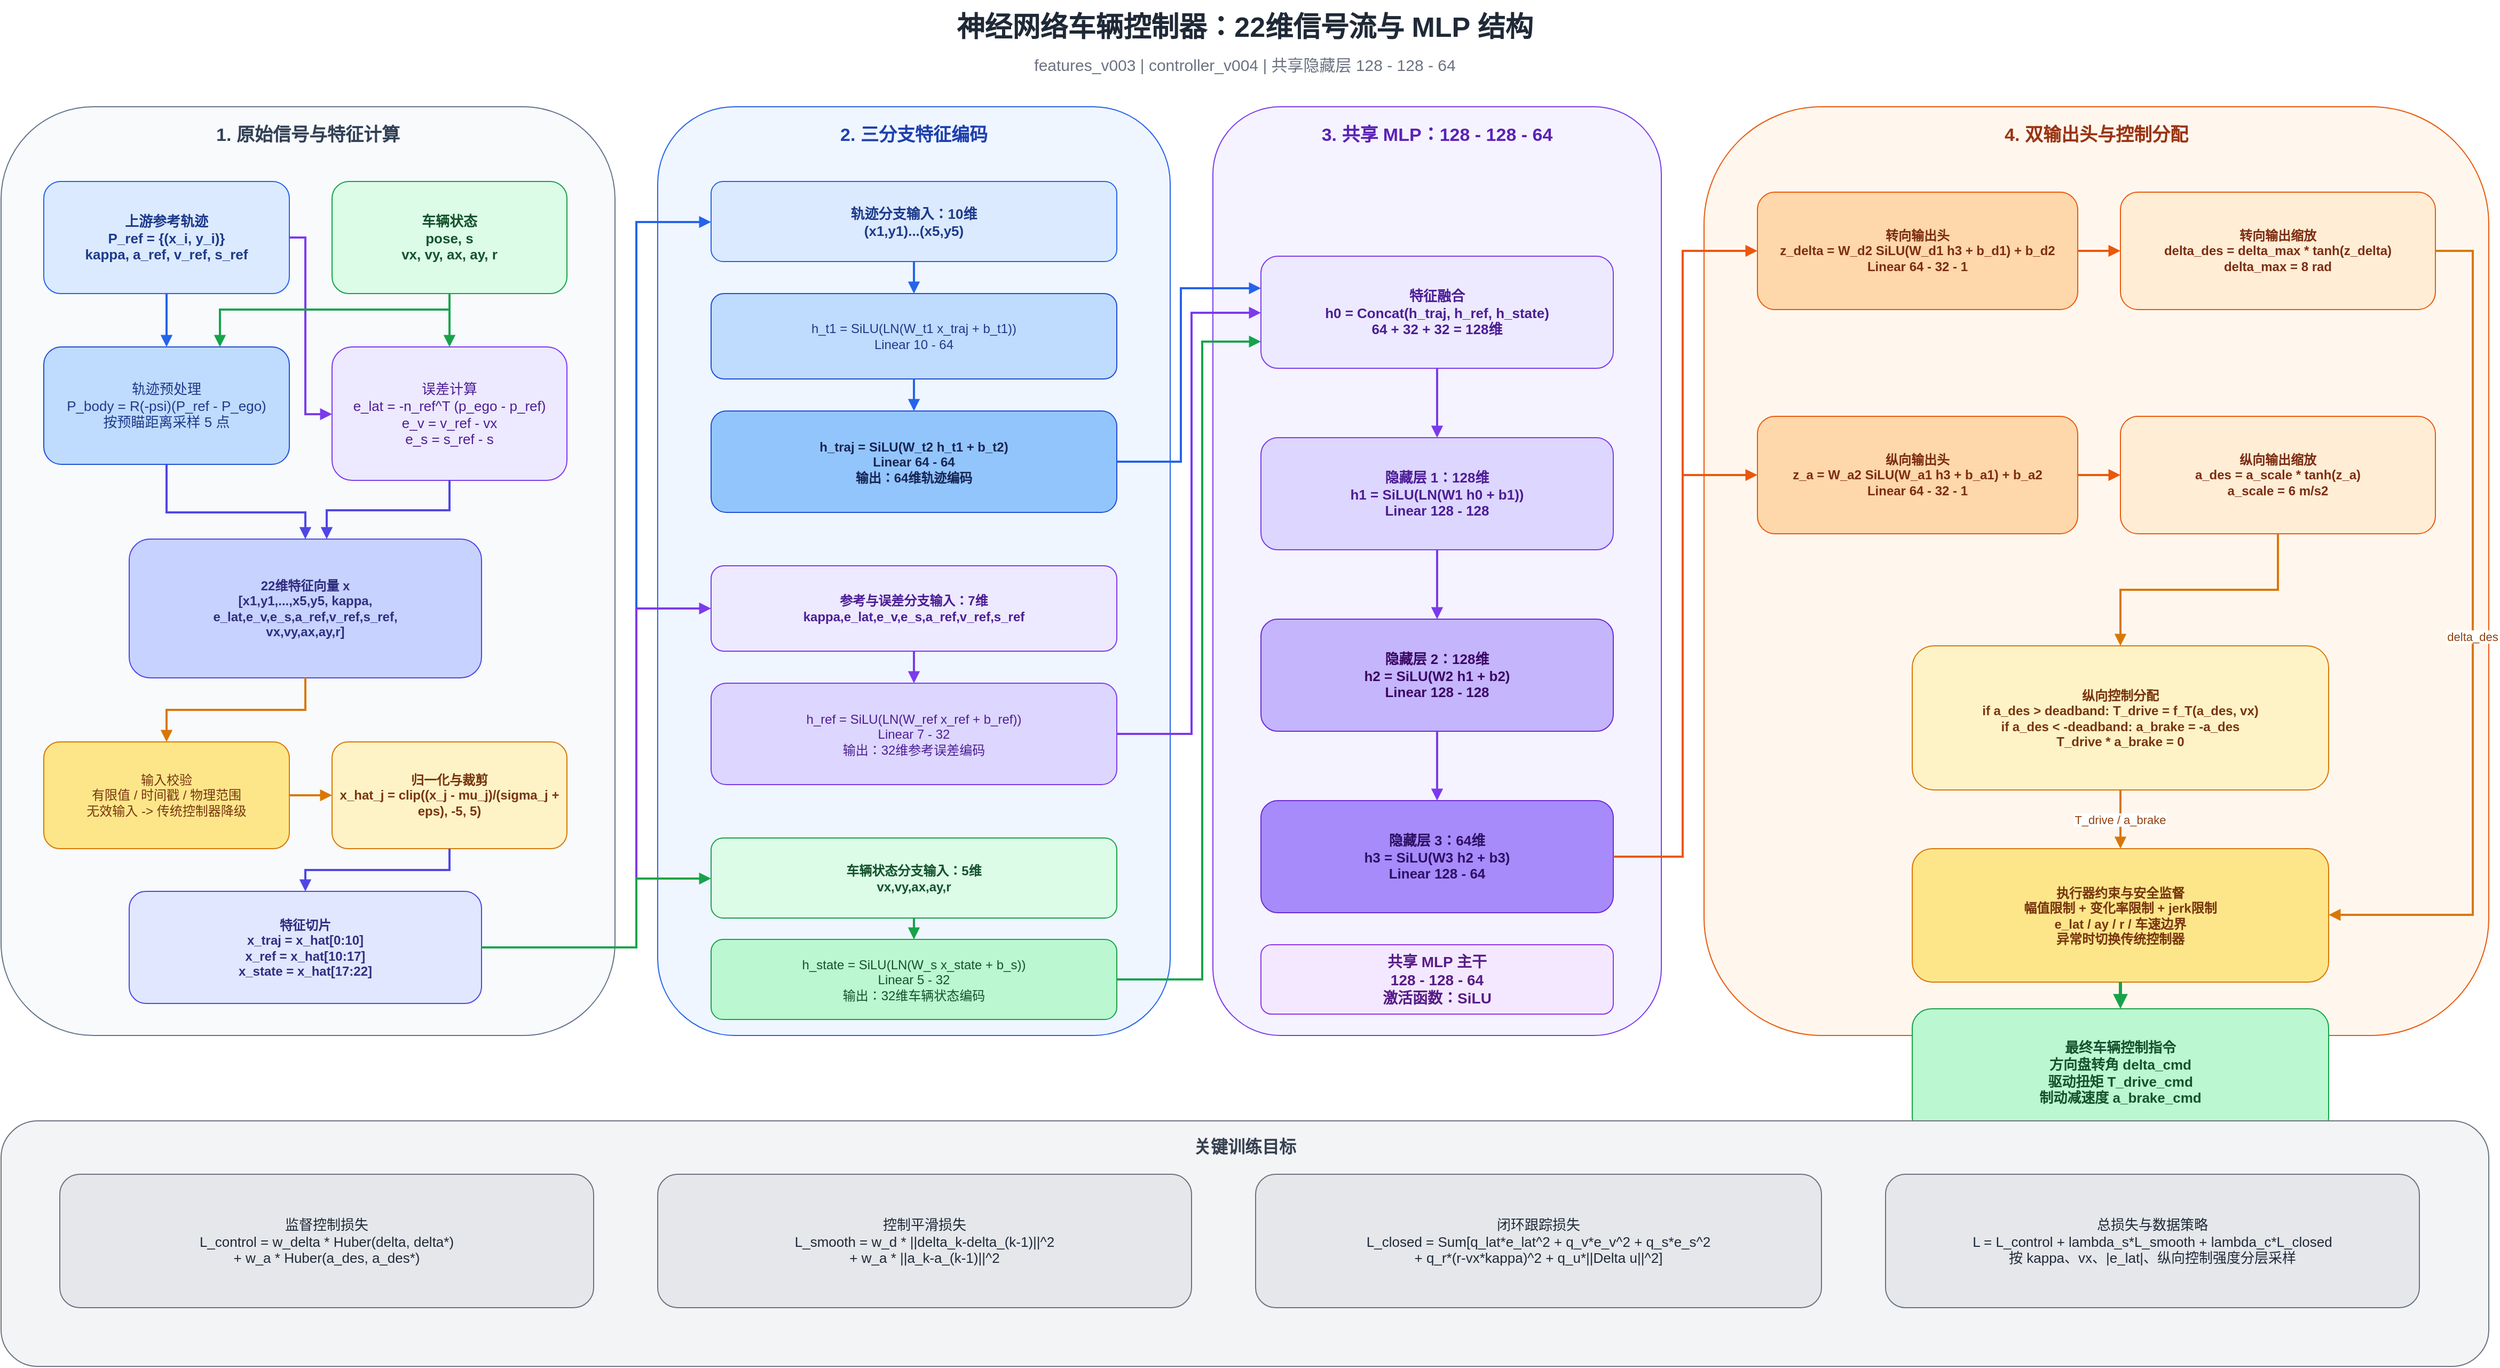
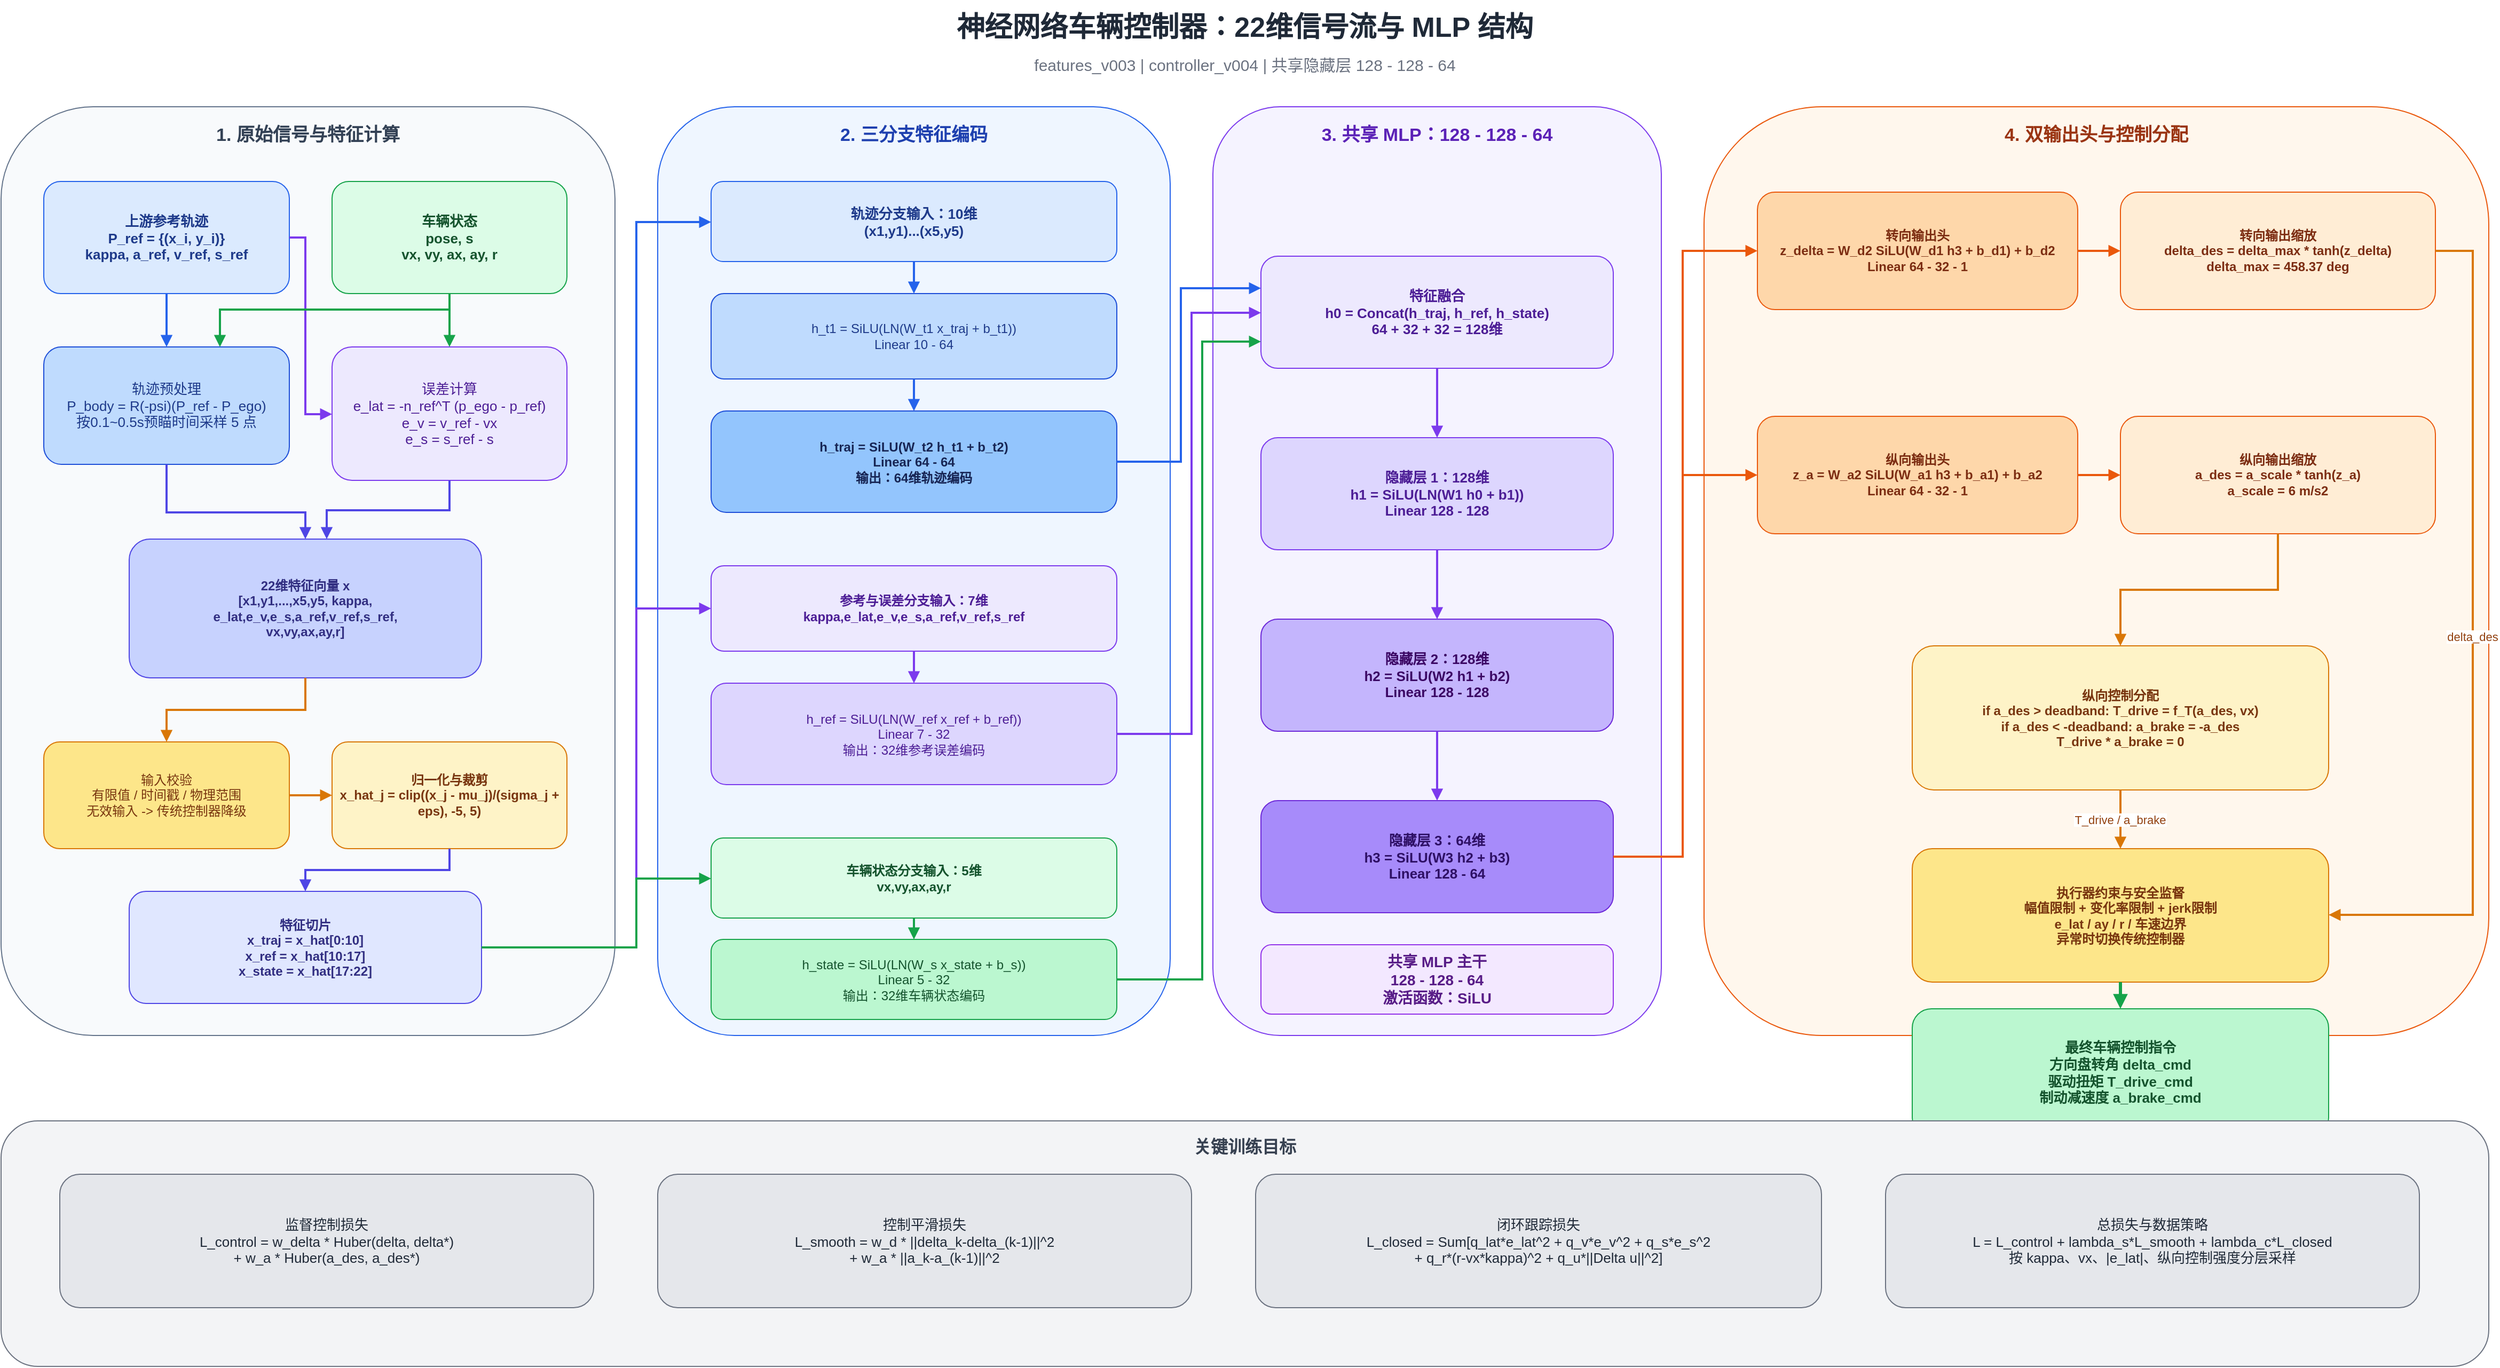
<mxfile host="65bd71144e" compressed="false">
    <diagram id="page1" name="神经网络结构与信号流">
        <mxGraphModel dx="1028" dy="1000" grid="1" gridSize="10" guides="1" tooltips="1" connect="1" arrows="1" fold="1" page="1" pageScale="1" pageWidth="2400" pageHeight="1450" math="0" shadow="0">
            <root>
                <mxCell id="0"/>
                <mxCell id="1" parent="0"/>
                <mxCell id="2" value="神经网络车辆控制器：22维信号流与 MLP 结构" style="text;html=0;align=center;verticalAlign=middle;fontSize=26;fontStyle=1;fontColor=#1F2937;" parent="1" vertex="1">
                    <mxGeometry x="450" y="20" width="1500" height="45" as="geometry"/>
                </mxCell>
                <mxCell id="3" value="features_v003 | controller_v004 | 共享隐藏层 128 - 128 - 64" style="text;html=0;align=center;verticalAlign=middle;fontSize=15;fontColor=#6B7280;" parent="1" vertex="1">
                    <mxGeometry x="600" y="65" width="1200" height="30" as="geometry"/>
                </mxCell>
                <mxCell id="4" value="1. 原始信号与特征计算" style="rounded=1;whiteSpace=wrap;html=0;fillColor=#F8FAFC;strokeColor=#64748B;fontColor=#334155;fontStyle=1;fontSize=17;verticalAlign=top;spacingTop=10;" parent="1" vertex="1">
                    <mxGeometry x="35" y="120" width="575" height="870" as="geometry"/>
                </mxCell>
                <mxCell id="5" value="2. 三分支特征编码" style="rounded=1;whiteSpace=wrap;html=0;fillColor=#EFF6FF;strokeColor=#2563EB;fontColor=#1E40AF;fontStyle=1;fontSize=17;verticalAlign=top;spacingTop=10;" parent="1" vertex="1">
                    <mxGeometry x="650" y="120" width="480" height="870" as="geometry"/>
                </mxCell>
                <mxCell id="6" value="3. 共享 MLP：128 - 128 - 64" style="rounded=1;whiteSpace=wrap;html=0;fillColor=#F5F3FF;strokeColor=#7C3AED;fontColor=#5B21B6;fontStyle=1;fontSize=17;verticalAlign=top;spacingTop=10;" parent="1" vertex="1">
                    <mxGeometry x="1170" y="120" width="420" height="870" as="geometry"/>
                </mxCell>
                <mxCell id="7" value="4. 双输出头与控制分配" style="rounded=1;whiteSpace=wrap;html=0;fillColor=#FFF7ED;strokeColor=#EA580C;fontColor=#9A3412;fontStyle=1;fontSize=17;verticalAlign=top;spacingTop=10;" parent="1" vertex="1">
                    <mxGeometry x="1630" y="120" width="735" height="870" as="geometry"/>
                </mxCell>
                <mxCell id="10" value="上游参考轨迹&#xa;P_ref = {(x_i, y_i)}&#xa;kappa, a_ref, v_ref, s_ref" style="rounded=1;whiteSpace=wrap;html=0;fillColor=#DBEAFE;strokeColor=#2563EB;fontColor=#1E3A8A;fontStyle=1;fontSize=13;" parent="1" vertex="1">
                    <mxGeometry x="75" y="190" width="230" height="105" as="geometry"/>
                </mxCell>
                <mxCell id="11" value="车辆状态&#xa;pose, s&#xa;vx, vy, ax, ay, r" style="rounded=1;whiteSpace=wrap;html=0;fillColor=#DCFCE7;strokeColor=#16A34A;fontColor=#14532D;fontStyle=1;fontSize=13;" parent="1" vertex="1">
                    <mxGeometry x="345" y="190" width="220" height="105" as="geometry"/>
                </mxCell>
-                 <mxCell id="12" value="轨迹预处理&#xa;P_body = R(-psi)(P_ref - P_ego)&#xa;按预瞄距离采样 5 点" style="rounded=1;whiteSpace=wrap;html=0;fillColor=#BFDBFE;strokeColor=#1D4ED8;fontColor=#1E3A8A;fontSize=13;" parent="1" vertex="1">
+                 <mxCell id="12" value="轨迹预处理&#xa;P_body = R(-psi)(P_ref - P_ego)&#xa;按0.1~0.5s预瞄时间采样 5 点" style="rounded=1;whiteSpace=wrap;html=0;fillColor=#BFDBFE;strokeColor=#1D4ED8;fontColor=#1E3A8A;fontSize=13;" parent="1" vertex="1">
                    <mxGeometry x="75" y="345" width="230" height="110" as="geometry"/>
                </mxCell>
                <mxCell id="13" value="误差计算&#xa;e_lat = -n_ref^T (p_ego - p_ref)&#xa;e_v = v_ref - vx&#xa;e_s = s_ref - s" style="rounded=1;whiteSpace=wrap;html=0;fillColor=#EDE9FE;strokeColor=#7C3AED;fontColor=#4C1D95;fontSize=13;" parent="1" vertex="1">
                    <mxGeometry x="345" y="345" width="220" height="125" as="geometry"/>
                </mxCell>
                <mxCell id="14" value="22维特征向量 x&#xa;[x1,y1,...,x5,y5, kappa,&#xa;e_lat,e_v,e_s,a_ref,v_ref,s_ref,&#xa;vx,vy,ax,ay,r]" style="rounded=1;whiteSpace=wrap;html=0;fillColor=#C7D2FE;strokeColor=#4F46E5;fontColor=#312E81;fontStyle=1;fontSize=12;" parent="1" vertex="1">
                    <mxGeometry x="155" y="525" width="330" height="130" as="geometry"/>
                </mxCell>
                <mxCell id="15" value="输入校验&#xa;有限值 / 时间戳 / 物理范围&#xa;无效输入 -&gt; 传统控制器降级" style="rounded=1;whiteSpace=wrap;html=0;fillColor=#FDE68A;strokeColor=#D97706;fontColor=#78350F;fontSize=12;" parent="1" vertex="1">
                    <mxGeometry x="75" y="715" width="230" height="100" as="geometry"/>
                </mxCell>
                <mxCell id="16" value="归一化与裁剪&#xa;x_hat_j = clip((x_j - mu_j)/(sigma_j + eps), -5, 5)" style="rounded=1;whiteSpace=wrap;html=0;fillColor=#FEF3C7;strokeColor=#D97706;fontColor=#78350F;fontStyle=1;fontSize=12;" parent="1" vertex="1">
                    <mxGeometry x="345" y="715" width="220" height="100" as="geometry"/>
                </mxCell>
                <mxCell id="17" value="特征切片&#xa;x_traj = x_hat[0:10]&#xa;x_ref = x_hat[10:17]&#xa;x_state = x_hat[17:22]" style="rounded=1;whiteSpace=wrap;html=0;fillColor=#E0E7FF;strokeColor=#4F46E5;fontColor=#312E81;fontStyle=1;fontSize=12;" parent="1" vertex="1">
                    <mxGeometry x="155" y="855" width="330" height="105" as="geometry"/>
                </mxCell>
                <mxCell id="20" value="轨迹分支输入：10维&#xa;(x1,y1)...(x5,y5)" style="rounded=1;whiteSpace=wrap;html=0;fillColor=#DBEAFE;strokeColor=#2563EB;fontColor=#1E3A8A;fontStyle=1;fontSize=13;" parent="1" vertex="1">
                    <mxGeometry x="700" y="190" width="380" height="75" as="geometry"/>
                </mxCell>
                <mxCell id="21" value="h_t1 = SiLU(LN(W_t1 x_traj + b_t1))&#xa;Linear 10 - 64" style="rounded=1;whiteSpace=wrap;html=0;fillColor=#BFDBFE;strokeColor=#1D4ED8;fontColor=#1E3A8A;fontSize=12;" parent="1" vertex="1">
                    <mxGeometry x="700" y="295" width="380" height="80" as="geometry"/>
                </mxCell>
                <mxCell id="22" value="h_traj = SiLU(W_t2 h_t1 + b_t2)&#xa;Linear 64 - 64&#xa;输出：64维轨迹编码" style="rounded=1;whiteSpace=wrap;html=0;fillColor=#93C5FD;strokeColor=#1D4ED8;fontColor=#172554;fontStyle=1;fontSize=12;" parent="1" vertex="1">
                    <mxGeometry x="700" y="405" width="380" height="95" as="geometry"/>
                </mxCell>
                <mxCell id="23" value="参考与误差分支输入：7维&#xa;kappa,e_lat,e_v,e_s,a_ref,v_ref,s_ref" style="rounded=1;whiteSpace=wrap;html=0;fillColor=#EDE9FE;strokeColor=#7C3AED;fontColor=#4C1D95;fontStyle=1;fontSize=12;" parent="1" vertex="1">
                    <mxGeometry x="700" y="550" width="380" height="80" as="geometry"/>
                </mxCell>
                <mxCell id="24" value="h_ref = SiLU(LN(W_ref x_ref + b_ref))&#xa;Linear 7 - 32&#xa;输出：32维参考误差编码" style="rounded=1;whiteSpace=wrap;html=0;fillColor=#DDD6FE;strokeColor=#7C3AED;fontColor=#4C1D95;fontSize=12;" parent="1" vertex="1">
                    <mxGeometry x="700" y="660" width="380" height="95" as="geometry"/>
                </mxCell>
                <mxCell id="25" value="车辆状态分支输入：5维&#xa;vx,vy,ax,ay,r" style="rounded=1;whiteSpace=wrap;html=0;fillColor=#DCFCE7;strokeColor=#16A34A;fontColor=#14532D;fontStyle=1;fontSize=12;" parent="1" vertex="1">
                    <mxGeometry x="700" y="805" width="380" height="75" as="geometry"/>
                </mxCell>
                <mxCell id="26" value="h_state = SiLU(LN(W_s x_state + b_s))&#xa;Linear 5 - 32&#xa;输出：32维车辆状态编码" style="rounded=1;whiteSpace=wrap;html=0;fillColor=#BBF7D0;strokeColor=#16A34A;fontColor=#14532D;fontSize=12;" parent="1" vertex="1">
                    <mxGeometry x="700" y="900" width="380" height="75" as="geometry"/>
                </mxCell>
                <mxCell id="30" value="特征融合&#xa;h0 = Concat(h_traj, h_ref, h_state)&#xa;64 + 32 + 32 = 128维" style="rounded=1;whiteSpace=wrap;html=0;fillColor=#EDE9FE;strokeColor=#7C3AED;fontColor=#4C1D95;fontStyle=1;fontSize=13;" parent="1" vertex="1">
                    <mxGeometry x="1215" y="260" width="330" height="105" as="geometry"/>
                </mxCell>
                <mxCell id="31" value="隐藏层 1：128维&#xa;h1 = SiLU(LN(W1 h0 + b1))&#xa;Linear 128 - 128" style="rounded=1;whiteSpace=wrap;html=0;fillColor=#DDD6FE;strokeColor=#7C3AED;fontColor=#4C1D95;fontStyle=1;fontSize=13;" parent="1" vertex="1">
                    <mxGeometry x="1215" y="430" width="330" height="105" as="geometry"/>
                </mxCell>
                <mxCell id="32" value="隐藏层 2：128维&#xa;h2 = SiLU(W2 h1 + b2)&#xa;Linear 128 - 128" style="rounded=1;whiteSpace=wrap;html=0;fillColor=#C4B5FD;strokeColor=#6D28D9;fontColor=#3B0764;fontStyle=1;fontSize=13;" parent="1" vertex="1">
                    <mxGeometry x="1215" y="600" width="330" height="105" as="geometry"/>
                </mxCell>
                <mxCell id="33" value="隐藏层 3：64维&#xa;h3 = SiLU(W3 h2 + b3)&#xa;Linear 128 - 64" style="rounded=1;whiteSpace=wrap;html=0;fillColor=#A78BFA;strokeColor=#6D28D9;fontColor=#2E1065;fontStyle=1;fontSize=13;" parent="1" vertex="1">
                    <mxGeometry x="1215" y="770" width="330" height="105" as="geometry"/>
                </mxCell>
                <mxCell id="34" value="共享 MLP 主干&#xa;128 - 128 - 64&#xa;激活函数：SiLU" style="rounded=1;whiteSpace=wrap;html=0;fillColor=#F3E8FF;strokeColor=#9333EA;fontColor=#581C87;fontStyle=1;fontSize=14;" parent="1" vertex="1">
                    <mxGeometry x="1215" y="905" width="330" height="65" as="geometry"/>
                </mxCell>
                <mxCell id="40" value="转向输出头&#xa;z_delta = W_d2 SiLU(W_d1 h3 + b_d1) + b_d2&#xa;Linear 64 - 32 - 1" style="rounded=1;whiteSpace=wrap;html=0;fillColor=#FED7AA;strokeColor=#EA580C;fontColor=#7C2D12;fontStyle=1;fontSize=12;" parent="1" vertex="1">
                    <mxGeometry x="1680" y="200" width="300" height="110" as="geometry"/>
                </mxCell>
-                 <mxCell id="41" value="转向输出缩放&#xa;delta_des = delta_max * tanh(z_delta)&#xa;delta_max = 8 rad" style="rounded=1;whiteSpace=wrap;html=0;fillColor=#FFEDD5;strokeColor=#EA580C;fontColor=#7C2D12;fontStyle=1;fontSize=12;" parent="1" vertex="1">
+                 <mxCell id="41" value="转向输出缩放&#xa;delta_des = delta_max * tanh(z_delta)&#xa;delta_max = 458.37 deg" style="rounded=1;whiteSpace=wrap;html=0;fillColor=#FFEDD5;strokeColor=#EA580C;fontColor=#7C2D12;fontStyle=1;fontSize=12;" parent="1" vertex="1">
                    <mxGeometry x="2020" y="200" width="295" height="110" as="geometry"/>
                </mxCell>
                <mxCell id="42" value="纵向输出头&#xa;z_a = W_a2 SiLU(W_a1 h3 + b_a1) + b_a2&#xa;Linear 64 - 32 - 1" style="rounded=1;whiteSpace=wrap;html=0;fillColor=#FED7AA;strokeColor=#EA580C;fontColor=#7C2D12;fontStyle=1;fontSize=12;" parent="1" vertex="1">
                    <mxGeometry x="1680" y="410" width="300" height="110" as="geometry"/>
                </mxCell>
                <mxCell id="43" value="纵向输出缩放&#xa;a_des = a_scale * tanh(z_a)&#xa;a_scale = 6 m/s2" style="rounded=1;whiteSpace=wrap;html=0;fillColor=#FFEDD5;strokeColor=#EA580C;fontColor=#7C2D12;fontStyle=1;fontSize=12;" parent="1" vertex="1">
                    <mxGeometry x="2020" y="410" width="295" height="110" as="geometry"/>
                </mxCell>
                <mxCell id="44" value="纵向控制分配&#xa;if a_des &gt; deadband: T_drive = f_T(a_des, vx)&#xa;if a_des &lt; -deadband: a_brake = -a_des&#xa;T_drive * a_brake = 0" style="rounded=1;whiteSpace=wrap;html=0;fillColor=#FEF3C7;strokeColor=#D97706;fontColor=#78350F;fontStyle=1;fontSize=12;" parent="1" vertex="1">
                    <mxGeometry x="1825" y="625" width="390" height="135" as="geometry"/>
                </mxCell>
                <mxCell id="45" value="执行器约束与安全监督&#xa;幅值限制 + 变化率限制 + jerk限制&#xa;e_lat / ay / r / 车速边界&#xa;异常时切换传统控制器" style="rounded=1;whiteSpace=wrap;html=0;fillColor=#FDE68A;strokeColor=#D97706;fontColor=#78350F;fontStyle=1;fontSize=12;" parent="1" vertex="1">
                    <mxGeometry x="1825" y="815" width="390" height="125" as="geometry"/>
                </mxCell>
                <mxCell id="46" value="最终车辆控制指令&#xa;方向盘转角 delta_cmd&#xa;驱动扭矩 T_drive_cmd&#xa;制动减速度 a_brake_cmd" style="rounded=1;whiteSpace=wrap;html=0;fillColor=#BBF7D0;strokeColor=#16A34A;fontColor=#14532D;fontStyle=1;fontSize=13;" parent="1" vertex="1">
                    <mxGeometry x="1825" y="965" width="390" height="120" as="geometry"/>
                </mxCell>
                <mxCell id="50" value="关键训练目标" style="rounded=1;whiteSpace=wrap;html=0;fillColor=#F3F4F6;strokeColor=#6B7280;fontColor=#374151;fontStyle=1;fontSize=16;verticalAlign=top;spacingTop=8;" parent="1" vertex="1">
                    <mxGeometry x="35" y="1070" width="2330" height="230" as="geometry"/>
                </mxCell>
                <mxCell id="51" value="监督控制损失&#xa;L_control = w_delta * Huber(delta, delta*)&#xa;          + w_a * Huber(a_des, a_des*)" style="rounded=1;whiteSpace=wrap;html=0;fillColor=#E5E7EB;strokeColor=#6B7280;fontColor=#1F2937;fontSize=13;" parent="1" vertex="1">
                    <mxGeometry x="90" y="1120" width="500" height="125" as="geometry"/>
                </mxCell>
                <mxCell id="52" value="控制平滑损失&#xa;L_smooth = w_d * ||delta_k-delta_(k-1)||^2&#xa;          + w_a * ||a_k-a_(k-1)||^2" style="rounded=1;whiteSpace=wrap;html=0;fillColor=#E5E7EB;strokeColor=#6B7280;fontColor=#1F2937;fontSize=13;" parent="1" vertex="1">
                    <mxGeometry x="650" y="1120" width="500" height="125" as="geometry"/>
                </mxCell>
                <mxCell id="53" value="闭环跟踪损失&#xa;L_closed = Sum[q_lat*e_lat^2 + q_v*e_v^2 + q_s*e_s^2&#xa;             + q_r*(r-vx*kappa)^2 + q_u*||Delta u||^2]" style="rounded=1;whiteSpace=wrap;html=0;fillColor=#E5E7EB;strokeColor=#6B7280;fontColor=#1F2937;fontSize=13;" parent="1" vertex="1">
                    <mxGeometry x="1210" y="1120" width="530" height="125" as="geometry"/>
                </mxCell>
                <mxCell id="54" value="总损失与数据策略&#xa;L = L_control + lambda_s*L_smooth + lambda_c*L_closed&#xa;按 kappa、vx、|e_lat|、纵向控制强度分层采样" style="rounded=1;whiteSpace=wrap;html=0;fillColor=#E5E7EB;strokeColor=#6B7280;fontColor=#1F2937;fontSize=13;" parent="1" vertex="1">
                    <mxGeometry x="1800" y="1120" width="500" height="125" as="geometry"/>
                </mxCell>
                <mxCell id="100" style="edgeStyle=orthogonalEdgeStyle;rounded=0;html=0;endArrow=block;endFill=1;strokeColor=#2563EB;strokeWidth=2;" parent="1" source="10" target="12" edge="1">
                    <mxGeometry relative="1" as="geometry"/>
                </mxCell>
                <mxCell id="101" style="edgeStyle=orthogonalEdgeStyle;rounded=0;html=0;endArrow=block;endFill=1;strokeColor=#7C3AED;strokeWidth=2;" parent="1" source="10" target="13" edge="1">
                    <mxGeometry relative="1" as="geometry">
                        <Array as="points">
                            <mxPoint x="320" y="243"/>
                            <mxPoint x="320" y="408"/>
                        </Array>
                    </mxGeometry>
                </mxCell>
                <mxCell id="102" style="edgeStyle=orthogonalEdgeStyle;rounded=0;html=0;endArrow=block;endFill=1;strokeColor=#16A34A;strokeWidth=2;" parent="1" source="11" target="12" edge="1">
                    <mxGeometry relative="1" as="geometry">
                        <Array as="points">
                            <mxPoint x="455" y="310"/>
                            <mxPoint x="240" y="310"/>
                        </Array>
                    </mxGeometry>
                </mxCell>
                <mxCell id="103" style="edgeStyle=orthogonalEdgeStyle;rounded=0;html=0;endArrow=block;endFill=1;strokeColor=#16A34A;strokeWidth=2;" parent="1" source="11" target="13" edge="1">
                    <mxGeometry relative="1" as="geometry"/>
                </mxCell>
                <mxCell id="104" style="edgeStyle=orthogonalEdgeStyle;rounded=0;html=0;endArrow=block;endFill=1;strokeColor=#4F46E5;strokeWidth=2;" parent="1" source="12" target="14" edge="1">
                    <mxGeometry relative="1" as="geometry">
                        <Array as="points">
                            <mxPoint x="190" y="500"/>
                            <mxPoint x="320" y="500"/>
                        </Array>
                    </mxGeometry>
                </mxCell>
                <mxCell id="105" style="edgeStyle=orthogonalEdgeStyle;rounded=0;html=0;endArrow=block;endFill=1;strokeColor=#4F46E5;strokeWidth=2;" parent="1" source="13" target="14" edge="1">
                    <mxGeometry relative="1" as="geometry">
                        <Array as="points">
                            <mxPoint x="455" y="498"/>
                            <mxPoint x="340" y="498"/>
                        </Array>
                    </mxGeometry>
                </mxCell>
                <mxCell id="106" style="edgeStyle=orthogonalEdgeStyle;rounded=0;html=0;endArrow=block;endFill=1;strokeColor=#D97706;strokeWidth=2;" parent="1" source="14" target="15" edge="1">
                    <mxGeometry relative="1" as="geometry"/>
                </mxCell>
                <mxCell id="107" style="edgeStyle=orthogonalEdgeStyle;rounded=0;html=0;endArrow=block;endFill=1;strokeColor=#D97706;strokeWidth=2;" parent="1" source="15" target="16" edge="1">
                    <mxGeometry relative="1" as="geometry"/>
                </mxCell>
                <mxCell id="108" style="edgeStyle=orthogonalEdgeStyle;rounded=0;html=0;endArrow=block;endFill=1;strokeColor=#4F46E5;strokeWidth=2;" parent="1" source="16" target="17" edge="1">
                    <mxGeometry relative="1" as="geometry"/>
                </mxCell>
                <mxCell id="109" style="edgeStyle=orthogonalEdgeStyle;rounded=0;html=0;endArrow=block;endFill=1;strokeColor=#2563EB;strokeWidth=2;" parent="1" source="17" target="20" edge="1">
                    <mxGeometry relative="1" as="geometry">
                        <Array as="points">
                            <mxPoint x="630" y="908"/>
                            <mxPoint x="630" y="228"/>
                        </Array>
                    </mxGeometry>
                </mxCell>
                <mxCell id="110" style="edgeStyle=orthogonalEdgeStyle;rounded=0;html=0;endArrow=block;endFill=1;strokeColor=#7C3AED;strokeWidth=2;" parent="1" source="17" target="23" edge="1">
                    <mxGeometry relative="1" as="geometry">
                        <Array as="points">
                            <mxPoint x="630" y="908"/>
                            <mxPoint x="630" y="590"/>
                        </Array>
                    </mxGeometry>
                </mxCell>
                <mxCell id="111" style="edgeStyle=orthogonalEdgeStyle;rounded=0;html=0;endArrow=block;endFill=1;strokeColor=#16A34A;strokeWidth=2;" parent="1" source="17" target="25" edge="1">
                    <mxGeometry relative="1" as="geometry">
                        <Array as="points">
                            <mxPoint x="630" y="908"/>
                            <mxPoint x="630" y="843"/>
                        </Array>
                    </mxGeometry>
                </mxCell>
                <mxCell id="112" style="edgeStyle=orthogonalEdgeStyle;rounded=0;html=0;endArrow=block;endFill=1;strokeColor=#2563EB;strokeWidth=2;" parent="1" source="20" target="21" edge="1">
                    <mxGeometry relative="1" as="geometry"/>
                </mxCell>
                <mxCell id="113" style="edgeStyle=orthogonalEdgeStyle;rounded=0;html=0;endArrow=block;endFill=1;strokeColor=#2563EB;strokeWidth=2;" parent="1" source="21" target="22" edge="1">
                    <mxGeometry relative="1" as="geometry"/>
                </mxCell>
                <mxCell id="114" style="edgeStyle=orthogonalEdgeStyle;rounded=0;html=0;endArrow=block;endFill=1;strokeColor=#7C3AED;strokeWidth=2;" parent="1" source="23" target="24" edge="1">
                    <mxGeometry relative="1" as="geometry"/>
                </mxCell>
                <mxCell id="115" style="edgeStyle=orthogonalEdgeStyle;rounded=0;html=0;endArrow=block;endFill=1;strokeColor=#16A34A;strokeWidth=2;" parent="1" source="25" target="26" edge="1">
                    <mxGeometry relative="1" as="geometry"/>
                </mxCell>
                <mxCell id="116" style="edgeStyle=orthogonalEdgeStyle;rounded=0;html=0;endArrow=block;endFill=1;strokeColor=#2563EB;strokeWidth=2;" parent="1" source="22" target="30" edge="1">
                    <mxGeometry relative="1" as="geometry">
                        <Array as="points">
                            <mxPoint x="1140" y="452"/>
                            <mxPoint x="1140" y="290"/>
                        </Array>
                    </mxGeometry>
                </mxCell>
                <mxCell id="117" style="edgeStyle=orthogonalEdgeStyle;rounded=0;html=0;endArrow=block;endFill=1;strokeColor=#7C3AED;strokeWidth=2;" parent="1" source="24" target="30" edge="1">
                    <mxGeometry relative="1" as="geometry">
                        <Array as="points">
                            <mxPoint x="1150" y="708"/>
                            <mxPoint x="1150" y="313"/>
                        </Array>
                    </mxGeometry>
                </mxCell>
                <mxCell id="118" style="edgeStyle=orthogonalEdgeStyle;rounded=0;html=0;endArrow=block;endFill=1;strokeColor=#16A34A;strokeWidth=2;" parent="1" source="26" target="30" edge="1">
                    <mxGeometry relative="1" as="geometry">
                        <Array as="points">
                            <mxPoint x="1160" y="938"/>
                            <mxPoint x="1160" y="340"/>
                        </Array>
                    </mxGeometry>
                </mxCell>
                <mxCell id="119" style="edgeStyle=orthogonalEdgeStyle;rounded=0;html=0;endArrow=block;endFill=1;strokeColor=#7C3AED;strokeWidth=2;" parent="1" source="30" target="31" edge="1">
                    <mxGeometry relative="1" as="geometry"/>
                </mxCell>
                <mxCell id="120" style="edgeStyle=orthogonalEdgeStyle;rounded=0;html=0;endArrow=block;endFill=1;strokeColor=#7C3AED;strokeWidth=2;" parent="1" source="31" target="32" edge="1">
                    <mxGeometry relative="1" as="geometry"/>
                </mxCell>
                <mxCell id="121" style="edgeStyle=orthogonalEdgeStyle;rounded=0;html=0;endArrow=block;endFill=1;strokeColor=#7C3AED;strokeWidth=2;" parent="1" source="32" target="33" edge="1">
                    <mxGeometry relative="1" as="geometry"/>
                </mxCell>
                <mxCell id="122" style="edgeStyle=orthogonalEdgeStyle;rounded=0;html=0;endArrow=block;endFill=1;strokeColor=#EA580C;strokeWidth=2;" parent="1" source="33" target="40" edge="1">
                    <mxGeometry relative="1" as="geometry">
                        <Array as="points">
                            <mxPoint x="1610" y="823"/>
                            <mxPoint x="1610" y="255"/>
                        </Array>
                    </mxGeometry>
                </mxCell>
                <mxCell id="123" style="edgeStyle=orthogonalEdgeStyle;rounded=0;html=0;endArrow=block;endFill=1;strokeColor=#EA580C;strokeWidth=2;" parent="1" source="33" target="42" edge="1">
                    <mxGeometry relative="1" as="geometry">
                        <Array as="points">
                            <mxPoint x="1610" y="823"/>
                            <mxPoint x="1610" y="465"/>
                        </Array>
                    </mxGeometry>
                </mxCell>
                <mxCell id="124" style="edgeStyle=orthogonalEdgeStyle;rounded=0;html=0;endArrow=block;endFill=1;strokeColor=#EA580C;strokeWidth=2;" parent="1" source="40" target="41" edge="1">
                    <mxGeometry relative="1" as="geometry"/>
                </mxCell>
                <mxCell id="125" style="edgeStyle=orthogonalEdgeStyle;rounded=0;html=0;endArrow=block;endFill=1;strokeColor=#EA580C;strokeWidth=2;" parent="1" source="42" target="43" edge="1">
                    <mxGeometry relative="1" as="geometry"/>
                </mxCell>
                <mxCell id="126" style="edgeStyle=orthogonalEdgeStyle;rounded=0;html=0;endArrow=block;endFill=1;strokeColor=#D97706;strokeWidth=2;" parent="1" source="43" target="44" edge="1">
                    <mxGeometry relative="1" as="geometry"/>
                </mxCell>
                <mxCell id="127" value="delta_des" style="edgeStyle=orthogonalEdgeStyle;rounded=0;html=0;endArrow=block;endFill=1;strokeColor=#D97706;strokeWidth=2;fontColor=#92400E;" parent="1" source="41" target="45" edge="1">
                    <mxGeometry relative="1" as="geometry">
                        <Array as="points">
                            <mxPoint x="2350" y="255"/>
                            <mxPoint x="2350" y="877"/>
                        </Array>
                    </mxGeometry>
                </mxCell>
                <mxCell id="128" value="T_drive / a_brake" style="edgeStyle=orthogonalEdgeStyle;rounded=0;html=0;endArrow=block;endFill=1;strokeColor=#D97706;strokeWidth=2;fontColor=#92400E;" parent="1" source="44" target="45" edge="1">
                    <mxGeometry relative="1" as="geometry"/>
                </mxCell>
                <mxCell id="129" style="edgeStyle=orthogonalEdgeStyle;rounded=0;html=0;endArrow=block;endFill=1;strokeColor=#16A34A;strokeWidth=3;" parent="1" source="45" target="46" edge="1">
                    <mxGeometry relative="1" as="geometry"/>
                </mxCell>
            </root>
        </mxGraphModel>
    </diagram>
- </mxfile>+ </mxfile>
